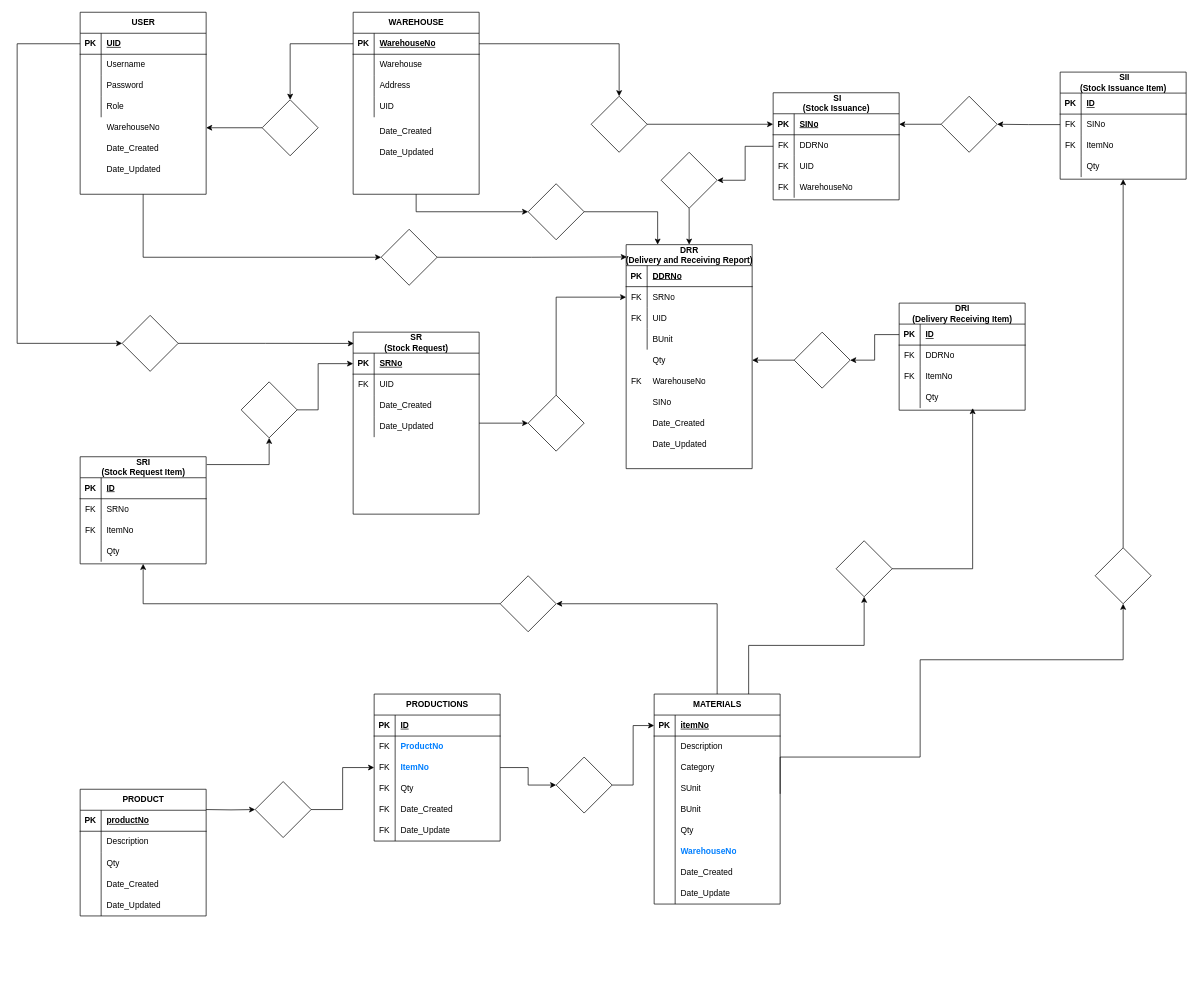
Before: Diagram.drawio in ediangca/ACES-POS, a draw.io diagram. Source tidied: cells renumbered, new cells numbered last; positions are measured from the earlier drawing's top-left corner, leaving out a move shared by most shapes. Both pictures are drawn from the tidied source at 70%, with x=0, y=0 at pixel (17, 12).
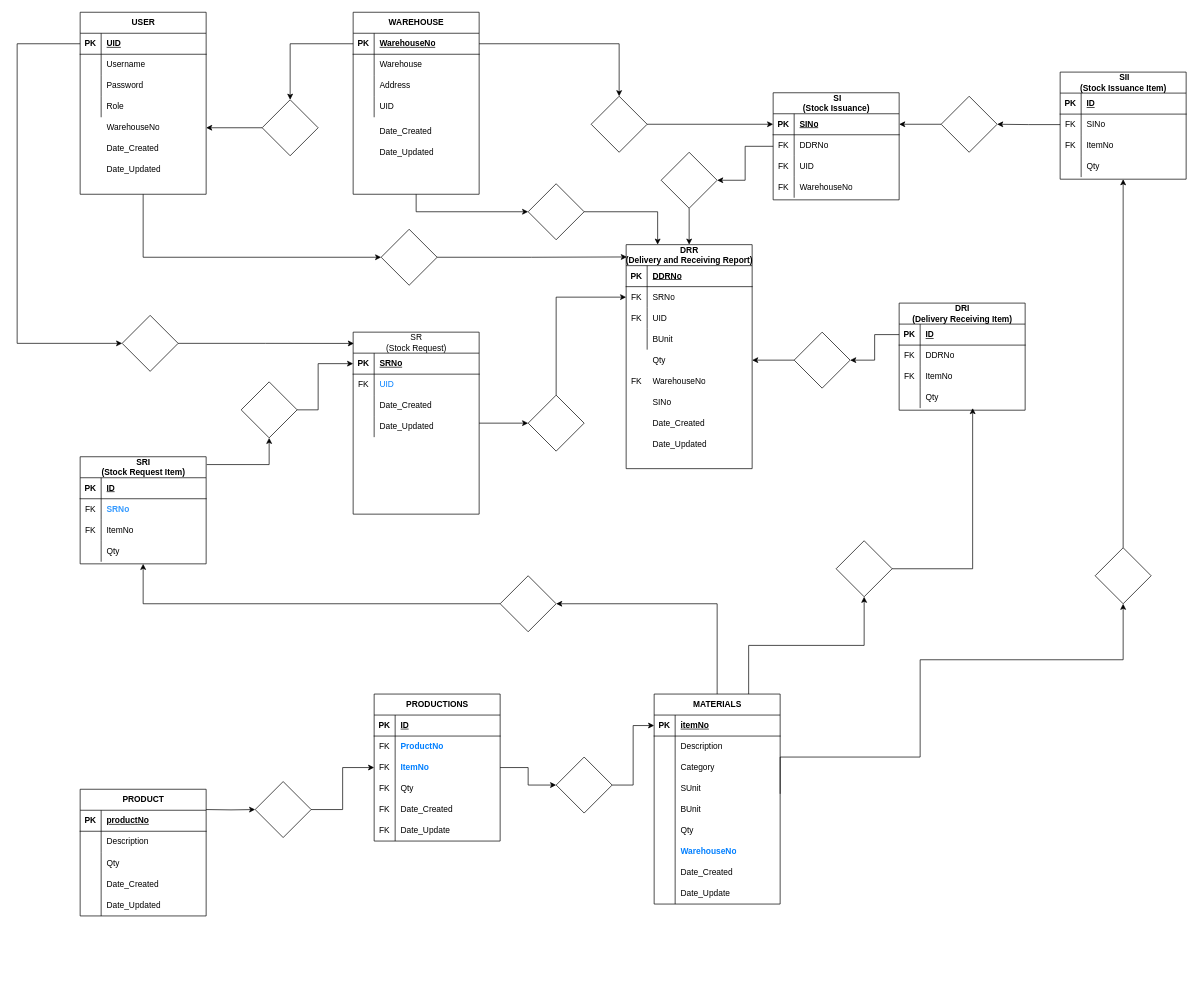
After the change.

The change refers to these unchanged cells:
```xml
<mxCell id="141" style="shape=tableRow;horizontal=0;startSize=0;swimlaneHead=0;swimlaneBody=0;fillColor=none;top=0;left=0;right=0;bottom=0;" parent="137" vertex="1">
  <mxGeometry y="60" width="180" height="30" as="geometry" />
</mxCell>
<mxCell id="161" style="shape=tableRow;horizontal=0;startSize=0;swimlaneHead=0;swimlaneBody=0;fillColor=none;top=0;left=0;right=0;bottom=0;" parent="157" vertex="1">
  <mxGeometry y="60" width="180" height="30" as="geometry" />
</mxCell>
```

The edit, as a diff of the source:
```diff
@@
-    <mxCell id="137" value="SR&lt;div&gt;(Stock Request)&lt;/div&gt;" style="shape=table;startSize=30;childLayout=tableLayout;rowLines=0;fontStyle=1;align=center;html=1;" parent="1" vertex="1">
+    <mxCell id="137" value="SR&lt;div&gt;(Stock Request)&lt;/div&gt;" style="shape=table;startSize=30;childLayout=tableLayout;rowLines=0;fontStyle=0;align=center;html=1;" parent="1" vertex="1">
       <mxGeometry x="480" y="457" width="180" height="260" as="geometry" />
     </mxCell>
@@
-    <mxCell id="143" value="UID" style="shape=partialRectangle;fillColor=none;top=0;left=0;bottom=0;right=0;align=left;spacingLeft=6;overflow=hidden;whiteSpace=wrap;html=1;" parent="141" vertex="1">
+    <mxCell id="143" value="&lt;font style=&quot;&quot; color=&quot;#007fff&quot;&gt;UID&lt;/font&gt;" style="shape=partialRectangle;fillColor=none;top=0;left=0;bottom=0;right=0;align=left;spacingLeft=6;overflow=hidden;whiteSpace=wrap;html=1;" parent="141" vertex="1">
       <mxGeometry x="30" width="150" height="30" as="geometry" />
     </mxCell>
@@
-    <mxCell id="163" value="SRNo" style="shape=partialRectangle;fillColor=none;top=0;left=0;bottom=0;right=0;align=left;spacingLeft=6;overflow=hidden;whiteSpace=wrap;html=1;" parent="161" vertex="1">
+    <mxCell id="163" value="&lt;font color=&quot;#3399ff&quot;&gt;&lt;b&gt;SRNo&lt;/b&gt;&lt;/font&gt;" style="shape=partialRectangle;fillColor=none;top=0;left=0;bottom=0;right=0;align=left;spacingLeft=6;overflow=hidden;whiteSpace=wrap;html=1;" parent="161" vertex="1">
       <mxGeometry x="30" width="150" height="30" as="geometry" />
     </mxCell>
```
